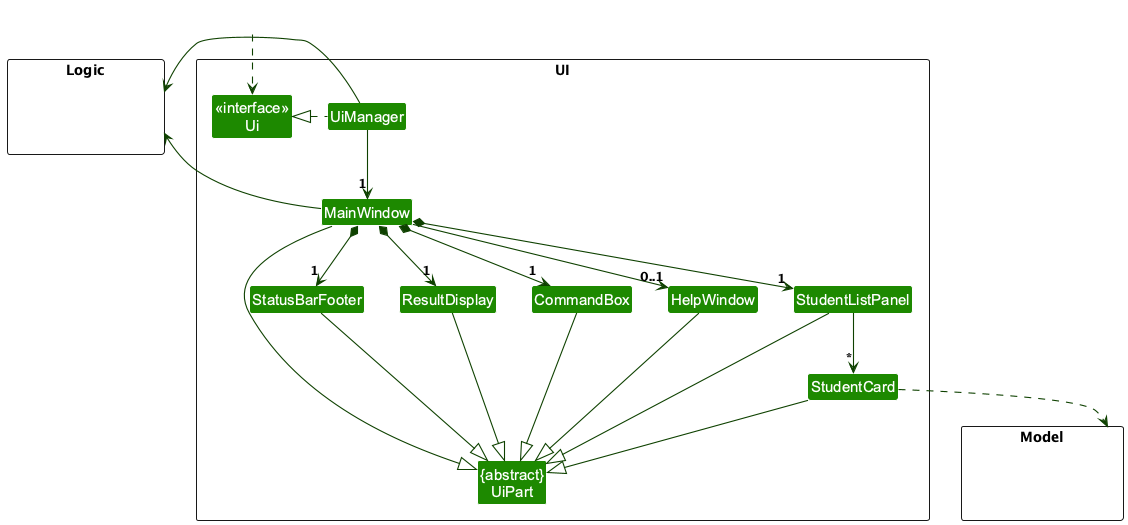
This is docs/images/UiClassDiagram.png from AY2627S1-CS2103-F12-1/tp, a PlantUML export, as it was before one commit. Source of this version:
```plantuml
@startuml
!include style.puml
skinparam arrowThickness 1.1
skinparam arrowColor UI_COLOR_T4
skinparam classBackgroundColor UI_COLOR

package UI <<Rectangle>>{
Class "<<interface>>\nUi" as Ui
Class "{abstract}\nUiPart" as UiPart
Class UiManager
Class MainWindow
Class HelpWindow
Class ResultDisplay
Class StudentListPanel
Class StudentCard
Class StatusBarFooter
Class CommandBox
}

package Model <<Rectangle>> {
Class HiddenModel #FFFFFF
}

package Logic <<Rectangle>> {
Class HiddenLogic #FFFFFF
}

Class HiddenOutside #FFFFFF
HiddenOutside ..> Ui

UiManager .left.|> Ui
UiManager -down-> "1" MainWindow
MainWindow *-down->  "1" CommandBox
MainWindow *-down-> "1" ResultDisplay
MainWindow *-down-> "1" StudentListPanel
MainWindow *-down-> "1" StatusBarFooter
MainWindow --> "0..1" HelpWindow

StudentListPanel -down-> "*" StudentCard

MainWindow -left-|> UiPart

ResultDisplay --|> UiPart
CommandBox --|> UiPart
StudentListPanel --|> UiPart
StudentCard --|> UiPart
StatusBarFooter --|> UiPart
HelpWindow --|> UiPart

StudentCard ..> Model
UiManager -right-> Logic
MainWindow -left-> Logic

StudentListPanel -[hidden]left- HelpWindow
HelpWindow -[hidden]left- CommandBox
CommandBox -[hidden]left- ResultDisplay
ResultDisplay -[hidden]left- StatusBarFooter

MainWindow -[hidden]-|> UiPart
@enduml
```
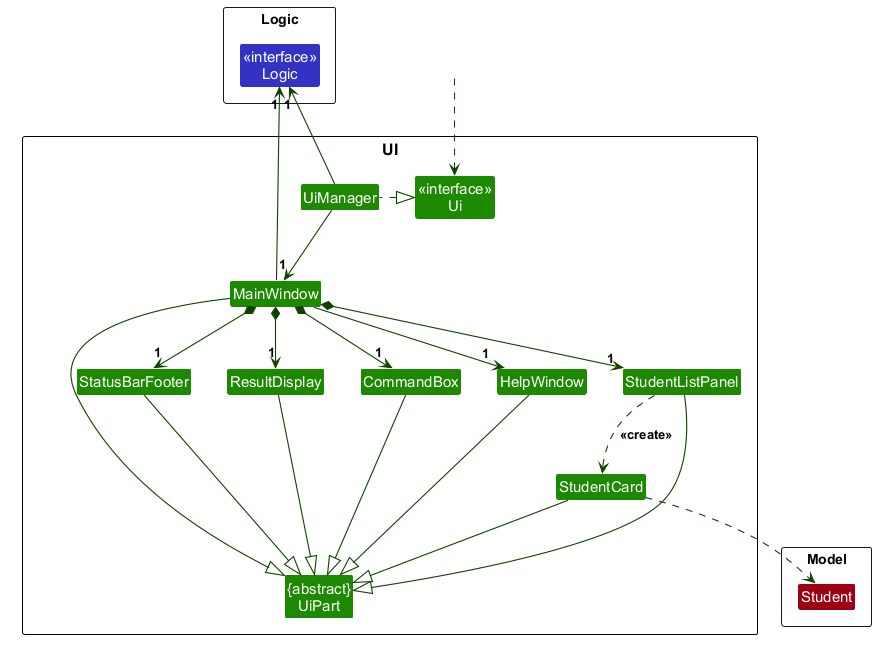
Above is the later version.

Diff of the diagram source:
```diff
@@ -4,7 +4,7 @@
 skinparam arrowColor UI_COLOR_T4
 skinparam classBackgroundColor UI_COLOR
 
-package UI <<Rectangle>>{
+package UI {
 Class "<<interface>>\nUi" as Ui
 Class "{abstract}\nUiPart" as UiPart
 Class UiManager
@@ -17,12 +17,12 @@
 Class CommandBox
 }
 
-package Model <<Rectangle>> {
-Class HiddenModel #FFFFFF
+package Model as ModelPackage {
+Class Student MODEL_COLOR
 }
 
-package Logic <<Rectangle>> {
-Class HiddenLogic #FFFFFF
+package Logic as LogicPackage {
+Class "<<interface>>\nLogic" as Logic LOGIC_COLOR
 }
 
 Class HiddenOutside #FFFFFF
@@ -34,9 +34,9 @@
 MainWindow *-down-> "1" ResultDisplay
 MainWindow *-down-> "1" StudentListPanel
 MainWindow *-down-> "1" StatusBarFooter
-MainWindow --> "0..1" HelpWindow
+MainWindow --> "1" HelpWindow
 
-StudentListPanel -down-> "*" StudentCard
+StudentListPanel .down.> StudentCard : <<create>>
 
 MainWindow -left-|> UiPart
 
@@ -47,9 +47,9 @@
 StatusBarFooter --|> UiPart
 HelpWindow --|> UiPart
 
-StudentCard ..> Model
-UiManager -right-> Logic
-MainWindow -left-> Logic
+StudentCard .down.> Student
+UiManager -up-> "1" Logic
+MainWindow -up-> "1" Logic
 
 StudentListPanel -[hidden]left- HelpWindow
 HelpWindow -[hidden]left- CommandBox
```
